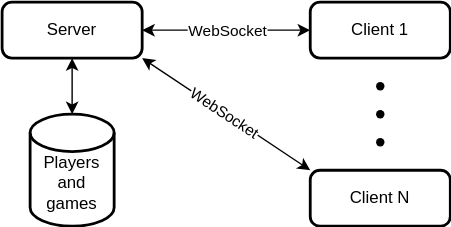
Above: docs/architecture.svg in roman-zubarevich/another (draw.io), before the change. Source tidied: cells renumbered, new cells last; positions are measured from the earlier drawing's top-left corner, leaving out a move shared by most shapes.
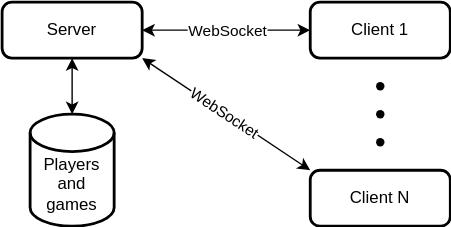
After the change.

Diff of the diagram source:
```diff
@@ -2,7 +2,7 @@
   <root>
     <mxCell id="0" />
     <mxCell id="1" parent="0" />
-    <mxCell id="2" value="Players and games" style="strokeWidth=2;html=1;shape=mxgraph.flowchart.database;whiteSpace=wrap;spacingTop=18;" parent="1" vertex="1">
+    <mxCell id="2" value="Players and games" style="strokeWidth=2;html=1;shape=mxgraph.flowchart.database;whiteSpace=wrap;spacingTop=20;" parent="1" vertex="1">
       <mxGeometry x="20" y="80" width="60" height="80" as="geometry" />
     </mxCell>
     <mxCell id="3" style="rounded=0;jettySize=auto;html=1;startArrow=classic;startFill=1;" parent="1" edge="1" source="6" target="8">
```
